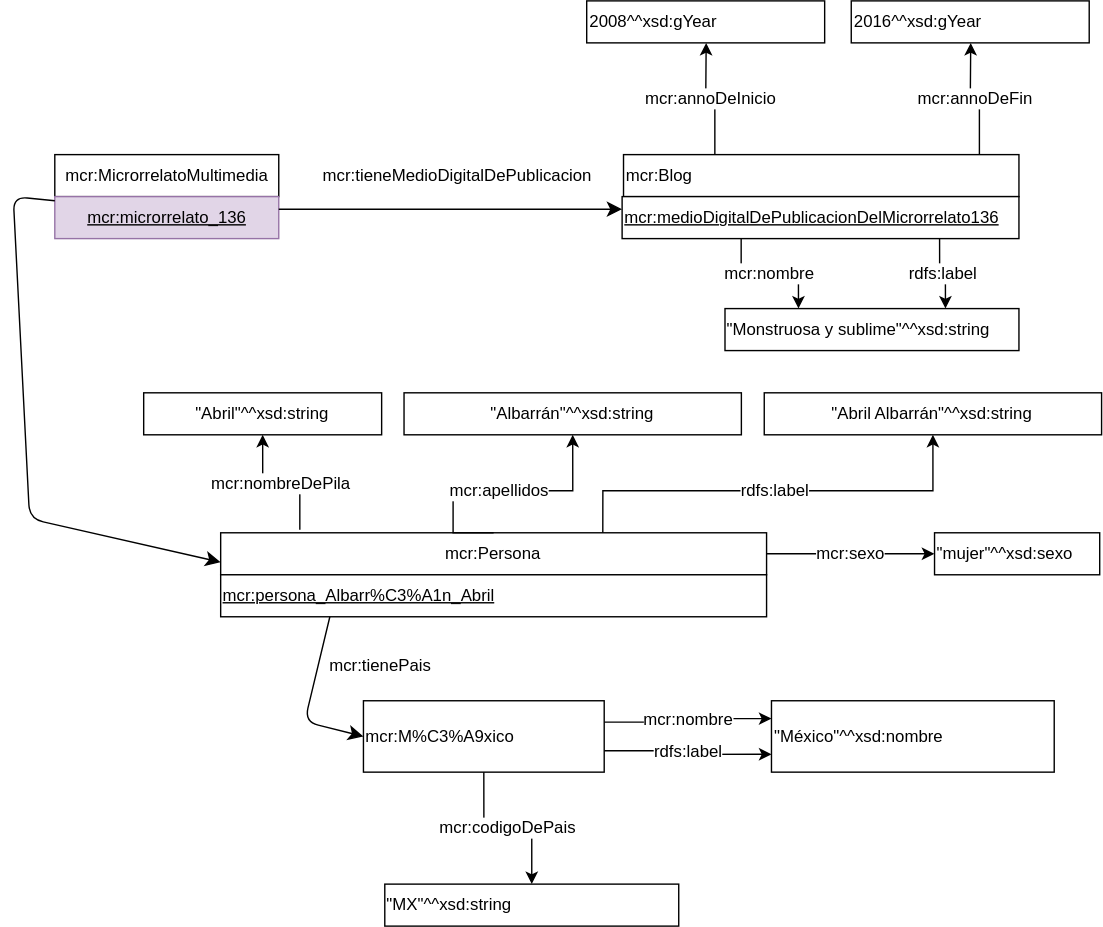
marianofl1971/microrrelatos keeps this draw.io diagram as microrrelato_136.svg. Above is the earlier version. Source tidied: cells renumbered, new cells last; positions are measured from the earlier drawing's top-left corner, leaving out a move shared by most shapes.
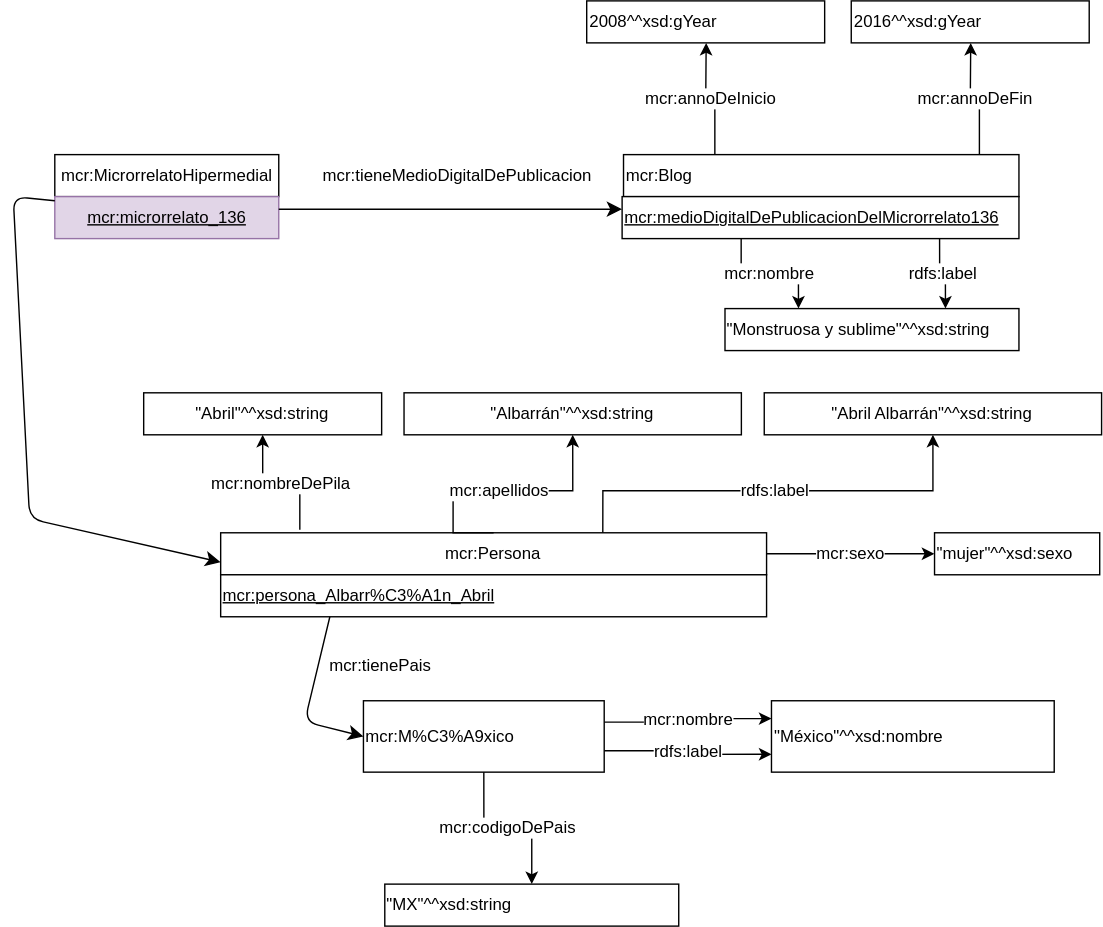
Above is the later version.

Commit message:
I am carrying out the change of MicrorrelatoMultimedia by MicrorrelatoHipermedial

What changed in the source:
```diff
@@ -2,7 +2,7 @@
   <root>
     <mxCell id="0" />
     <mxCell id="1" parent="0" />
-    <mxCell id="2" value="mcr:MicrorrelatoMultimedia" style="rounded=0;whiteSpace=wrap;html=1;fontSize=12;" parent="1" vertex="1">
+    <mxCell id="2" value="mcr:MicrorrelatoHipermedial" style="rounded=0;whiteSpace=wrap;html=1;fontSize=12;" parent="1" vertex="1">
       <mxGeometry x="29.7" y="109.8" width="160" height="30" as="geometry" />
     </mxCell>
     <mxCell id="3" value="mcr:microrrelato_136" style="rounded=0;whiteSpace=wrap;html=1;snapToPoint=1;points=[[0.1,0],[0.2,0],[0.3,0],[0.4,0],[0.5,0],[0.6,0],[0.7,0],[0.8,0],[0.9,0],[0,0.1],[0,0.3],[0,0.5],[0,0.7],[0,0.9],[0.1,1],[0.2,1],[0.3,1],[0.4,1],[0.5,1],[0.6,1],[0.7,1],[0.8,1],[0.9,1],[1,0.1],[1,0.3],[1,0.5],[1,0.7],[1,0.9]];fontStyle=4;fontSize=12;fillColor=#e1d5e7;strokeColor=#9673a6;" parent="1" vertex="1">
```
